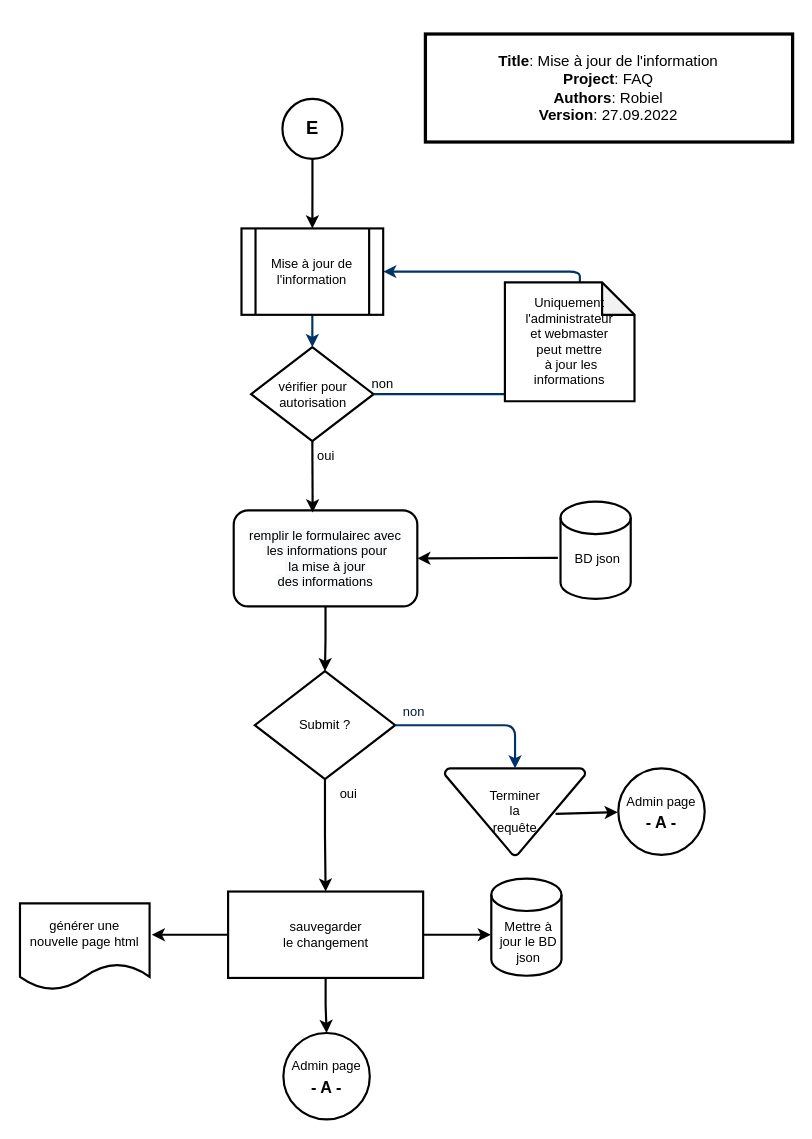
The draw.io diagram document/Mise a jour de l'information.drawio in robielTes/go_fvaj_faq, before the edit. Source tidied: cells renumbered, new cells numbered last; positions are measured from the earlier drawing's top-left corner, leaving out a move shared by most shapes. Both pictures are drawn from the tidied source at 108%, with x=0, y=0 at pixel (19, 33).
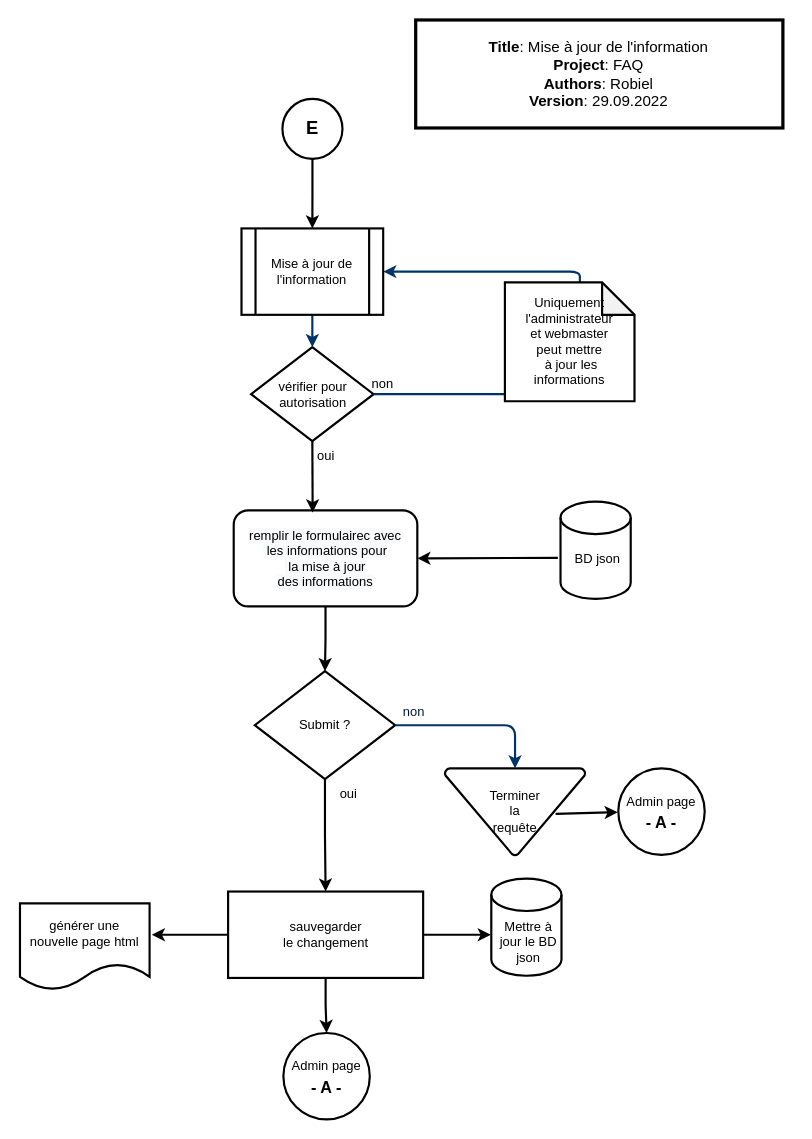
The same diagram, later.

What changed in the source:
```diff
@@
-    <mxCell id="34" value="&lt;font style=&quot;font-size: 14px;&quot;&gt;&lt;b style=&quot;&quot;&gt;Title&lt;/b&gt;&lt;span style=&quot;&quot;&gt;: Mise à jour de l'information&lt;/span&gt;&lt;br&gt;&lt;b style=&quot;&quot;&gt;Project&lt;/b&gt;&lt;span style=&quot;&quot;&gt;: FAQ&lt;/span&gt;&lt;br&gt;&lt;b style=&quot;&quot;&gt;Authors&lt;/b&gt;&lt;span style=&quot;&quot;&gt;: Robiel&lt;/span&gt;&lt;br&gt;&lt;b style=&quot;&quot;&gt;Version&lt;/b&gt;&lt;span style=&quot;&quot;&gt;: 27.09.2022&lt;/span&gt;&lt;/font&gt;" style="rounded=0;whiteSpace=wrap;html=1;strokeWidth=3;" parent="1" vertex="1">
-      <mxGeometry x="375.4" width="340" height="100" as="geometry" />
+    <mxCell id="34" value="&lt;font style=&quot;font-size: 14px;&quot;&gt;&lt;b style=&quot;&quot;&gt;Title&lt;/b&gt;&lt;span style=&quot;&quot;&gt;: Mise à jour de l'information&lt;/span&gt;&lt;br&gt;&lt;b style=&quot;&quot;&gt;Project&lt;/b&gt;&lt;span style=&quot;&quot;&gt;: FAQ&lt;/span&gt;&lt;br&gt;&lt;b style=&quot;&quot;&gt;Authors&lt;/b&gt;&lt;span style=&quot;&quot;&gt;: Robiel&lt;/span&gt;&lt;br&gt;&lt;b style=&quot;&quot;&gt;Version&lt;/b&gt;&lt;span style=&quot;&quot;&gt;: 29.09.2022&lt;/span&gt;&lt;/font&gt;" style="rounded=0;whiteSpace=wrap;html=1;strokeWidth=3;" parent="1" vertex="1">
+      <mxGeometry x="366.4" y="-13" width="340" height="100" as="geometry" />
     </mxCell>
```
